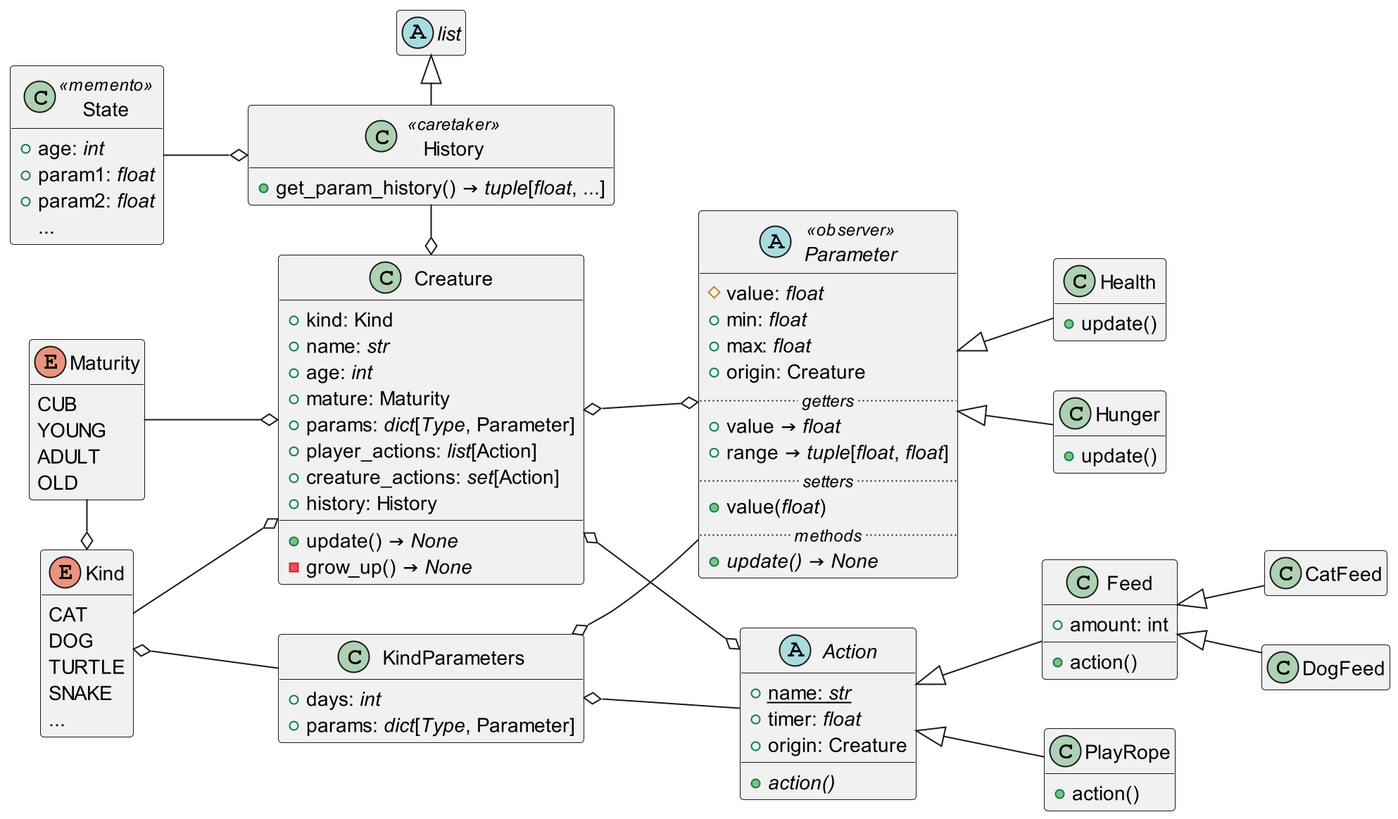
Before: doc/.raster/model.png, a diagram exported from PlantUML (TOP-Python321/_reference_project2).
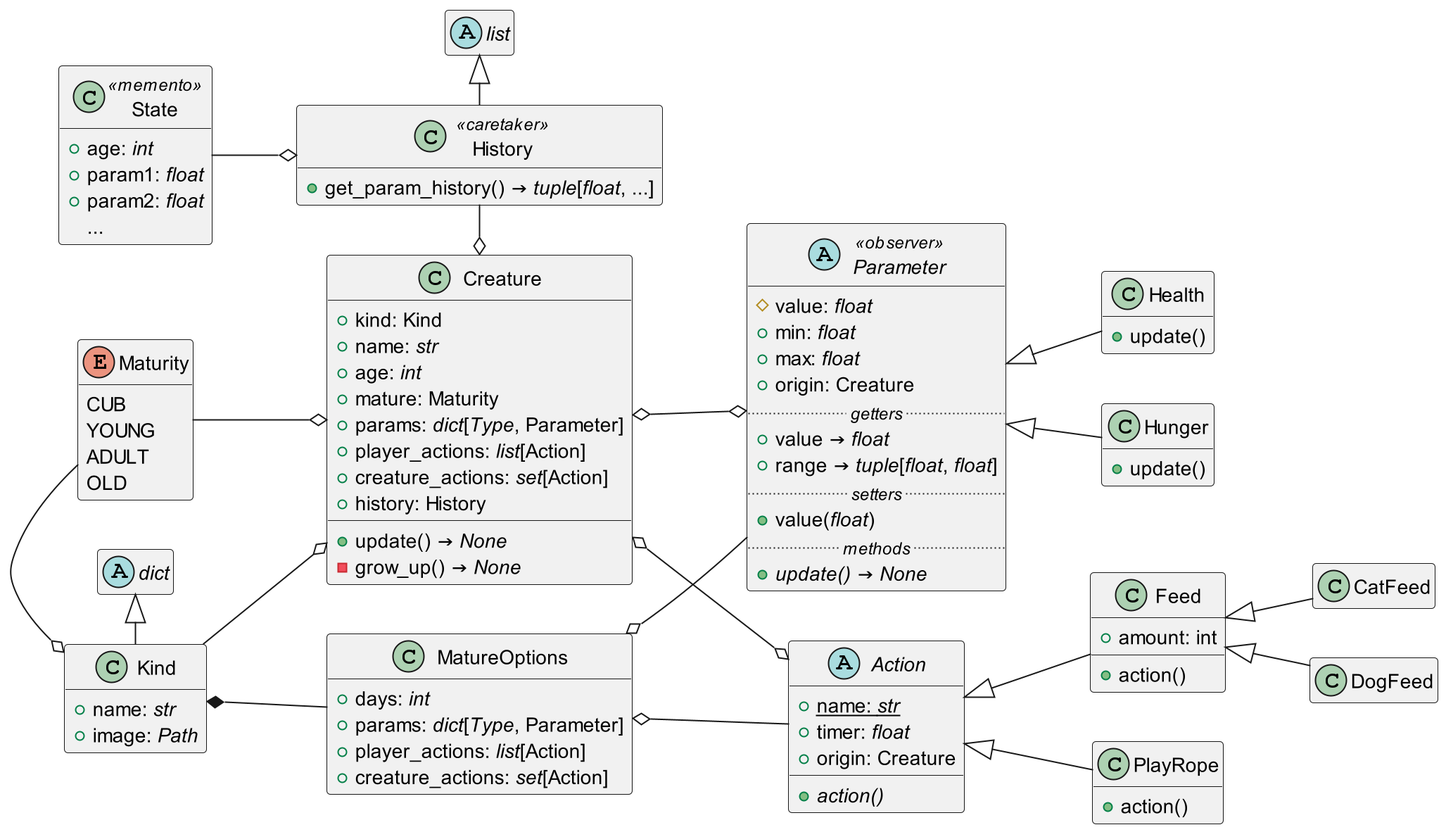
Above is the later version.

Commit message:
архитектура модели: v1.2

переработка Kind

What changed in the source:
```diff
@@ -7,14 +7,8 @@
 hide enum empty members
 
 abstract list
+abstract dict
 
-enum Kind {
-    CAT
-    DOG
-    TURTLE
-    SNAKE
-    ...
-}
 
 enum Maturity {
     CUB
@@ -47,9 +41,16 @@
     ...
 }
 
-class KindParameters {
+class Kind {
+    +name: <i>str</i>
+    +image: <i>Path</i>
+}
+
+class MatureOptions {
     +days: <i>int</i>
     +params: <i>dict</i>[<i>Type</i>, Parameter]
+    +player_actions: <i>list</i>[Action]
+    +creature_actions: <i>set</i>[Action]
 }
 
 abstract Parameter <<observer>> {
@@ -106,10 +107,12 @@
 
 Kind o-left- Maturity
 
-Kind o- KindParameters
+dict <|-right- Kind
 
-KindParameters o-- Action
-KindParameters o-- Parameter
+Kind *- MatureOptions
+
+MatureOptions o-- Action
+MatureOptions o-- Parameter
 
 Parameter <|-- Health
 Parameter <|-- Hunger
```
